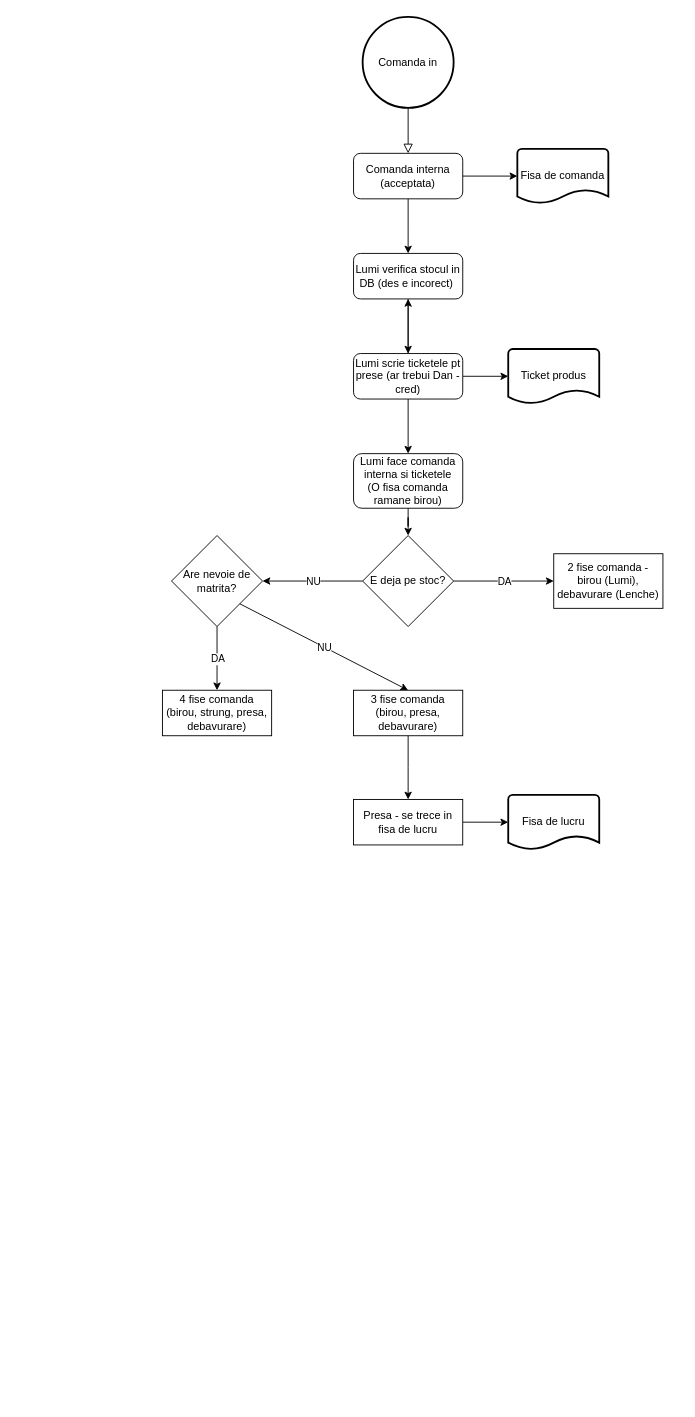
Before: comandaFLow.drawio in CodeConjurerEth/Vulcom, a draw.io diagram. Source tidied: cells renumbered, new cells numbered last; positions are measured from the earlier drawing's top-left corner, leaving out a move shared by most shapes. Both pictures are drawn from the tidied source at 91%, with x=0, y=0 at pixel (162, 16).
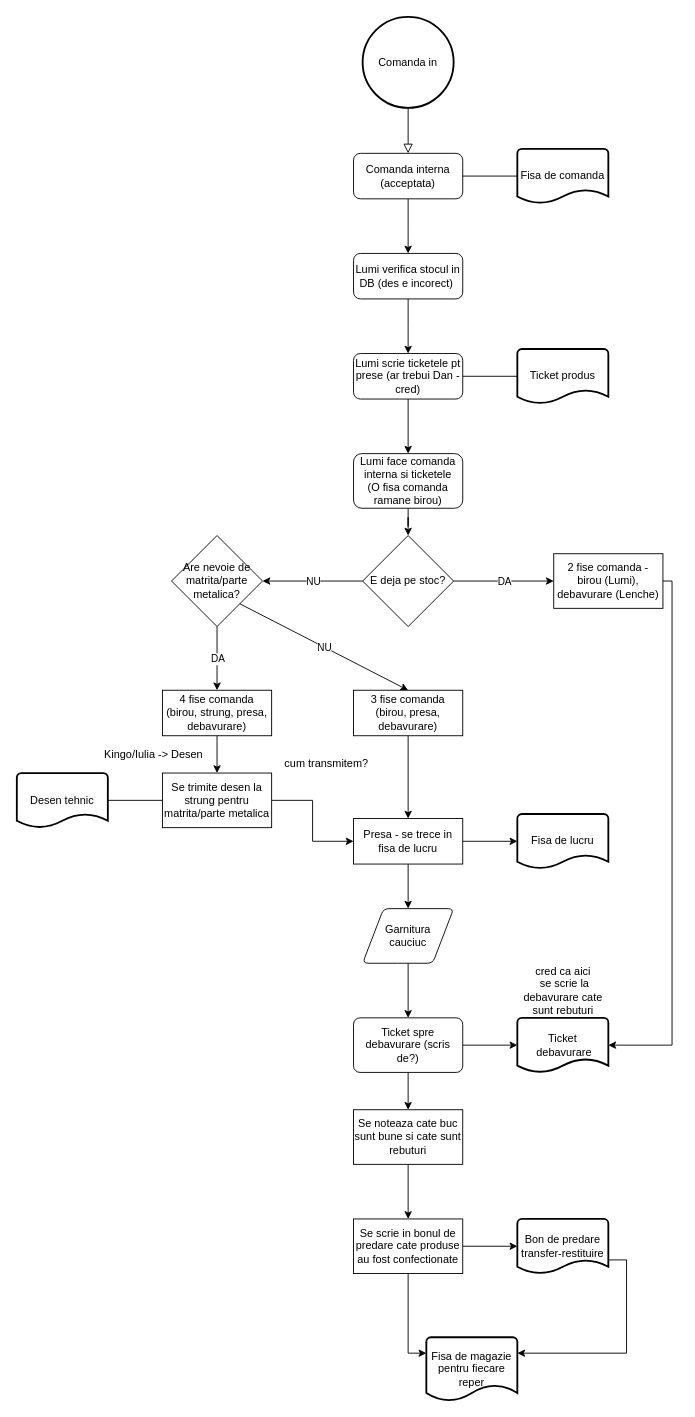
Above is the later version.

The change refers to these unchanged cells:
```xml
<mxCell id="5" value="Comanda interna (acceptata)" style="rounded=1;whiteSpace=wrap;html=1;" parent="1" vertex="1">
  <mxGeometry x="210" y="150" width="120" height="50" as="geometry" />
</mxCell>
<mxCell id="7" value="&lt;span&gt;Lumi verifica stocul in DB (des e incorect)&amp;nbsp;&lt;br&gt;&lt;/span&gt;" style="rounded=1;whiteSpace=wrap;html=1;" parent="1" vertex="1">
  <mxGeometry x="210" y="260" width="120" height="50" as="geometry" />
</mxCell>
<mxCell id="11" value="Lumi scrie ticketele pt prese (ar trebui Dan - cred)" style="whiteSpace=wrap;html=1;rounded=1;" parent="1" vertex="1">
  <mxGeometry x="210" y="370" width="120" height="50" as="geometry" />
</mxCell>
<mxCell id="16" value="2 fise comanda -&lt;br&gt;birou (Lumi), debavurare (Lenche)" style="whiteSpace=wrap;html=1;rounded=0;" parent="1" vertex="1">
  <mxGeometry x="430" y="590" width="120" height="60" as="geometry" />
</mxCell>
<mxCell id="25" value="4 fise comanda (birou, strung, presa, debavurare)" style="rounded=0;whiteSpace=wrap;html=1;strokeWidth=1;" parent="1" vertex="1">
  <mxGeometry y="740" width="120" height="50" as="geometry" />
</mxCell>
<mxCell id="26" value="3 fise comanda&lt;br&gt;(birou, presa, debavurare)" style="rounded=0;whiteSpace=wrap;html=1;strokeWidth=1;" parent="1" vertex="1">
  <mxGeometry x="210" y="740" width="120" height="50" as="geometry" />
</mxCell>
<mxCell id="31" value="Fisa de comanda" style="strokeWidth=2;html=1;shape=mxgraph.flowchart.document2;whiteSpace=wrap;size=0.25;rounded=0;" parent="1" vertex="1">
  <mxGeometry x="390" y="145" width="100" height="60" as="geometry" />
</mxCell>
```

Diff of the diagram source:
```diff
@@
-    <mxCell id="3" style="edgeStyle=orthogonalEdgeStyle;rounded=0;jettySize=auto;html=1;" parent="1" edge="1" source="5">
-      <mxGeometry relative="1" as="geometry">
-        <mxPoint x="390" y="175" as="targetPoint" />
-      </mxGeometry>
-    </mxCell>
@@
-    <mxCell id="8" style="edgeStyle=orthogonalEdgeStyle;rounded=0;jettySize=auto;html=1;exitX=0.5;exitY=0;exitDx=0;exitDy=0;" parent="1" edge="1" source="11" target="7">
-      <mxGeometry relative="1" as="geometry" />
-    </mxCell>
-    <mxCell id="9" style="edgeStyle=orthogonalEdgeStyle;rounded=0;jettySize=auto;html=1;" parent="1" edge="1" source="11">
-      <mxGeometry relative="1" as="geometry">
-        <mxPoint x="380" y="395" as="targetPoint" />
-        <Array as="points">
-          <mxPoint x="378" y="395" />
-        </Array>
-      </mxGeometry>
-    </mxCell>
@@
-    <mxCell id="19" value="Are nevoie de matrita?" style="rhombus;whiteSpace=wrap;html=1;rounded=0;strokeWidth=1;" parent="1" vertex="1">
+    <mxCell id="19" value="Are nevoie de matrita/parte metalica?" style="rhombus;whiteSpace=wrap;html=1;rounded=0;strokeWidth=1;" parent="1" vertex="1">
       <mxGeometry x="10" y="570" width="100" height="100" as="geometry" />
     </mxCell>
@@
-    <mxCell id="24" style="edgeStyle=orthogonalEdgeStyle;rounded=0;jettySize=auto;html=1;exitX=0.5;exitY=1;exitDx=0;exitDy=0;" parent="1" edge="1" source="26">
-      <mxGeometry relative="1" as="geometry">
-        <mxPoint x="270" y="860" as="targetPoint" />
-      </mxGeometry>
+    <mxCell id="24" style="edgeStyle=orthogonalEdgeStyle;rounded=0;jettySize=auto;html=1;exitX=0.5;exitY=1;exitDx=0;exitDy=0;entryX=0.5;entryY=0;entryDx=0;entryDy=0;" parent="1" edge="1" source="26" target="28">
+      <mxGeometry relative="1" as="geometry" />
     </mxCell>
+    <mxCell id="33" style="edgeStyle=orthogonalEdgeStyle;rounded=0;jettySize=auto;html=1;exitX=0.5;exitY=1;exitDx=0;exitDy=0;entryX=0.5;entryY=0;entryDx=0;entryDy=0;" parent="1" edge="1" source="25" target="43">
+      <mxGeometry relative="1" as="geometry" />
+    </mxCell>
@@
+    <mxCell id="34" style="edgeStyle=orthogonalEdgeStyle;rounded=0;jettySize=auto;html=1;entryX=0.5;entryY=0;entryDx=0;entryDy=0;" parent="1" edge="1" source="28" target="36">
+      <mxGeometry relative="1" as="geometry" />
+    </mxCell>
     <mxCell id="28" value="Presa - se trece in fisa de lucru" style="rounded=0;whiteSpace=wrap;html=1;strokeWidth=1;" parent="1" vertex="1">
-      <mxGeometry x="210" y="860" width="120" height="50" as="geometry" />
+      <mxGeometry x="210" y="881" width="120" height="50" as="geometry" />
     </mxCell>
@@
     <mxCell id="30" value="Fisa de lucru" style="strokeWidth=2;html=1;shape=mxgraph.flowchart.document2;whiteSpace=wrap;size=0.25;rounded=0;" parent="1" vertex="1">
-      <mxGeometry x="380" y="855" width="100" height="60" as="geometry" />
+      <mxGeometry x="390" y="876" width="100" height="60" as="geometry" />
     </mxCell>
@@
     <mxCell id="32" value="Ticket produs" style="strokeWidth=2;html=1;shape=mxgraph.flowchart.document2;whiteSpace=wrap;size=0.25;rounded=0;" parent="1" vertex="1">
-      <mxGeometry x="380" y="365" width="100" height="60" as="geometry" />
+      <mxGeometry x="390" y="365" width="100" height="60" as="geometry" />
     </mxCell>
+    <mxCell id="35" style="edgeStyle=orthogonalEdgeStyle;rounded=0;jettySize=auto;html=1;" parent="1" edge="1" source="36" target="39">
+      <mxGeometry relative="1" as="geometry" />
+    </mxCell>
+    <mxCell id="36" value="Garnitura &lt;br&gt;cauciuc" style="shape=parallelogram;html=1;strokeWidth=1;perimeter=parallelogramPerimeter;whiteSpace=wrap;rounded=1;arcSize=12;size=0.23;" parent="1" vertex="1">
+      <mxGeometry x="220" y="980" width="100" height="60" as="geometry" />
+    </mxCell>
+    <mxCell id="37" style="edgeStyle=orthogonalEdgeStyle;rounded=0;jettySize=auto;html=1;" parent="1" edge="1" source="39" target="40">
+      <mxGeometry relative="1" as="geometry" />
+    </mxCell>
+    <mxCell id="38" style="edgeStyle=orthogonalEdgeStyle;rounded=0;jettySize=auto;html=1;exitX=0.5;exitY=1;exitDx=0;exitDy=0;" parent="1" edge="1" source="39" target="49">
+      <mxGeometry relative="1" as="geometry" />
+    </mxCell>
+    <mxCell id="39" value="Ticket spre debavurare (scris de?)" style="whiteSpace=wrap;html=1;rounded=1;strokeWidth=1;arcSize=12;" parent="1" vertex="1">
+      <mxGeometry x="210" y="1100" width="120" height="60" as="geometry" />
+    </mxCell>
+    <mxCell id="40" value="Ticket&lt;br&gt;&amp;nbsp;debavurare" style="strokeWidth=2;html=1;shape=mxgraph.flowchart.document2;whiteSpace=wrap;size=0.25;" parent="1" vertex="1">
+      <mxGeometry x="390" y="1100" width="100" height="60" as="geometry" />
+    </mxCell>
+    <mxCell id="41" value="cred ca aici&lt;br&gt;&amp;nbsp;se scrie la &lt;br&gt;debavurare cate &lt;br&gt;sunt rebuturi" style="text;html=1;align=center;verticalAlign=middle;strokeColor=none;fillColor=none;" parent="1" vertex="1">
+      <mxGeometry x="390" y="1040" width="100" height="60" as="geometry" />
+    </mxCell>
+    <mxCell id="42" style="edgeStyle=orthogonalEdgeStyle;rounded=0;jettySize=auto;html=1;exitX=1;exitY=0.5;exitDx=0;exitDy=0;entryX=0;entryY=0.5;entryDx=0;entryDy=0;" parent="1" edge="1" source="43" target="28">
+      <mxGeometry relative="1" as="geometry" />
+    </mxCell>
+    <mxCell id="43" value="Se trimite desen la strung pentru matrita/parte metalica" style="rounded=0;whiteSpace=wrap;html=1;" parent="1" vertex="1">
+      <mxGeometry y="831" width="120" height="60" as="geometry" />
+    </mxCell>
+    <mxCell id="44" value="Kingo/Iulia -&amp;gt; Desen" style="text;html=1;align=center;verticalAlign=middle;strokeColor=none;fillColor=none;" parent="1" vertex="1">
+      <mxGeometry x="-70" y="801" width="120" height="20" as="geometry" />
+    </mxCell>
+    <mxCell id="45" style="endArrow=classic;html=1;rounded=0;exitX=1;exitY=0.5;exitDx=0;exitDy=0;entryX=1;entryY=0.5;entryDx=0;entryDy=0;entryPerimeter=0;" parent="1" edge="1" source="16" target="40">
+      <mxGeometry relative="1" as="geometry">
+        <Array as="points">
+          <mxPoint x="560" y="620" />
+          <mxPoint x="560" y="1130" />
+        </Array>
+      </mxGeometry>
+    </mxCell>
+    <mxCell id="46" value="Desen tehnic" style="strokeWidth=2;html=1;shape=mxgraph.flowchart.document2;whiteSpace=wrap;size=0.25;" parent="1" vertex="1">
+      <mxGeometry x="-160" y="831" width="100" height="60" as="geometry" />
+    </mxCell>
+    <mxCell id="47" value="cum transmitem?" style="text;html=1;align=center;verticalAlign=middle;strokeColor=none;fillColor=none;" parent="1" vertex="1">
+      <mxGeometry x="125" y="811" width="110" height="20" as="geometry" />
+    </mxCell>
+    <mxCell id="48" style="edgeStyle=orthogonalEdgeStyle;rounded=0;jettySize=auto;html=1;exitX=0.5;exitY=1;exitDx=0;exitDy=0;entryX=0.5;entryY=0;entryDx=0;entryDy=0;" parent="1" edge="1" source="49" target="53">
+      <mxGeometry relative="1" as="geometry" />
+    </mxCell>
+    <mxCell id="49" value="Se noteaza cate buc sunt bune si cate sunt rebuturi" style="rounded=0;whiteSpace=wrap;html=1;strokeWidth=1;" parent="1" vertex="1">
+      <mxGeometry x="210" y="1201" width="120" height="60" as="geometry" />
+    </mxCell>
+    <mxCell id="50" value="Bon de predare&lt;br&gt;transfer-restituire" style="strokeWidth=2;html=1;shape=mxgraph.flowchart.document2;whiteSpace=wrap;size=0.25;" parent="1" vertex="1">
+      <mxGeometry x="390" y="1321" width="100" height="60" as="geometry" />
+    </mxCell>
+    <mxCell id="51" style="edgeStyle=orthogonalEdgeStyle;rounded=0;jettySize=auto;html=1;exitX=1;exitY=0.5;exitDx=0;exitDy=0;entryX=0;entryY=0.5;entryDx=0;entryDy=0;entryPerimeter=0;" parent="1" edge="1" source="53" target="50">
+      <mxGeometry relative="1" as="geometry" />
+    </mxCell>
+    <mxCell id="52" style="edgeStyle=orthogonalEdgeStyle;rounded=0;jettySize=auto;html=1;exitX=0.5;exitY=1;exitDx=0;exitDy=0;entryX=0;entryY=0.25;entryDx=0;entryDy=0;entryPerimeter=0;" parent="1" edge="1" source="53" target="54">
+      <mxGeometry relative="1" as="geometry" />
+    </mxCell>
+    <mxCell id="53" value="Se scrie in bonul de predare cate produse au fost confectionate" style="rounded=0;whiteSpace=wrap;html=1;strokeWidth=1;" parent="1" vertex="1">
+      <mxGeometry x="210" y="1321" width="120" height="60" as="geometry" />
+    </mxCell>
+    <mxCell id="54" value="Fisa de magazie&lt;br&gt;pentru fiecare reper" style="strokeWidth=2;html=1;shape=mxgraph.flowchart.document2;whiteSpace=wrap;size=0.25;" parent="1" vertex="1">
+      <mxGeometry x="290" y="1451" width="100" height="70" as="geometry" />
+    </mxCell>
+    <mxCell id="55" style="edgeStyle=orthogonalEdgeStyle;rounded=0;jettySize=auto;html=1;exitX=1;exitY=0.75;exitDx=0;exitDy=0;entryX=1;entryY=0.25;entryDx=0;entryDy=0;entryPerimeter=0;exitPerimeter=0;" parent="1" edge="1" source="50" target="54">
+      <mxGeometry relative="1" as="geometry" />
+    </mxCell>
+    <mxCell id="56" style="endArrow=none;html=1;rounded=0;exitX=0;exitY=0.5;exitDx=0;exitDy=0;entryX=1;entryY=0.5;entryDx=0;entryDy=0;entryPerimeter=0;" parent="1" edge="1" source="43" target="46">
+      <mxGeometry relative="1" as="geometry" />
+    </mxCell>
+    <mxCell id="57" style="endArrow=none;html=1;rounded=0;exitX=1;exitY=0.5;exitDx=0;exitDy=0;entryX=0;entryY=0.5;entryDx=0;entryDy=0;entryPerimeter=0;" parent="1" edge="1" source="11" target="32">
+      <mxGeometry relative="1" as="geometry" />
+    </mxCell>
+    <mxCell id="58" style="endArrow=none;html=1;rounded=0;exitX=1;exitY=0.5;exitDx=0;exitDy=0;entryX=0;entryY=0.5;entryDx=0;entryDy=0;entryPerimeter=0;" parent="1" edge="1" source="5" target="31">
+      <mxGeometry relative="1" as="geometry" />
+    </mxCell>
```
